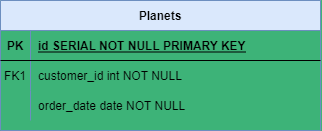
This is DB/Planets ER Diagram.png from tsgsOFFICIAL/Kilgharrah, a draw.io export, as it was before one commit. Source tidied: cells renumbered, new cells last; positions are measured from the earlier drawing's top-left corner, leaving out a move shared by most shapes.
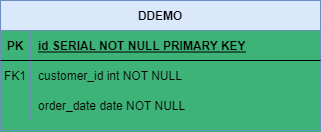
The same diagram one commit later.

Diff of the diagram source:
```diff
@@ -2,7 +2,7 @@
   <root>
     <mxCell id="0" />
     <mxCell id="1" parent="0" />
-    <mxCell id="2" value="Planets" style="shape=table;startSize=30;rowLines=0;fontStyle=1;align=center;fillColor=#dae8fc;strokeColor=#6c8ebf;" parent="1" vertex="1">
+    <mxCell id="2" value="DDEMO" style="shape=table;startSize=30;rowLines=0;fontStyle=1;align=center;fillColor=#dae8fc;strokeColor=#6c8ebf;" parent="1" vertex="1">
       <mxGeometry width="320" height="130" as="geometry" />
     </mxCell>
     <mxCell id="3" style="shape=partialRectangle;fillColor=none;top=0;left=0;right=0;bottom=1;" parent="2" vertex="1">
```
